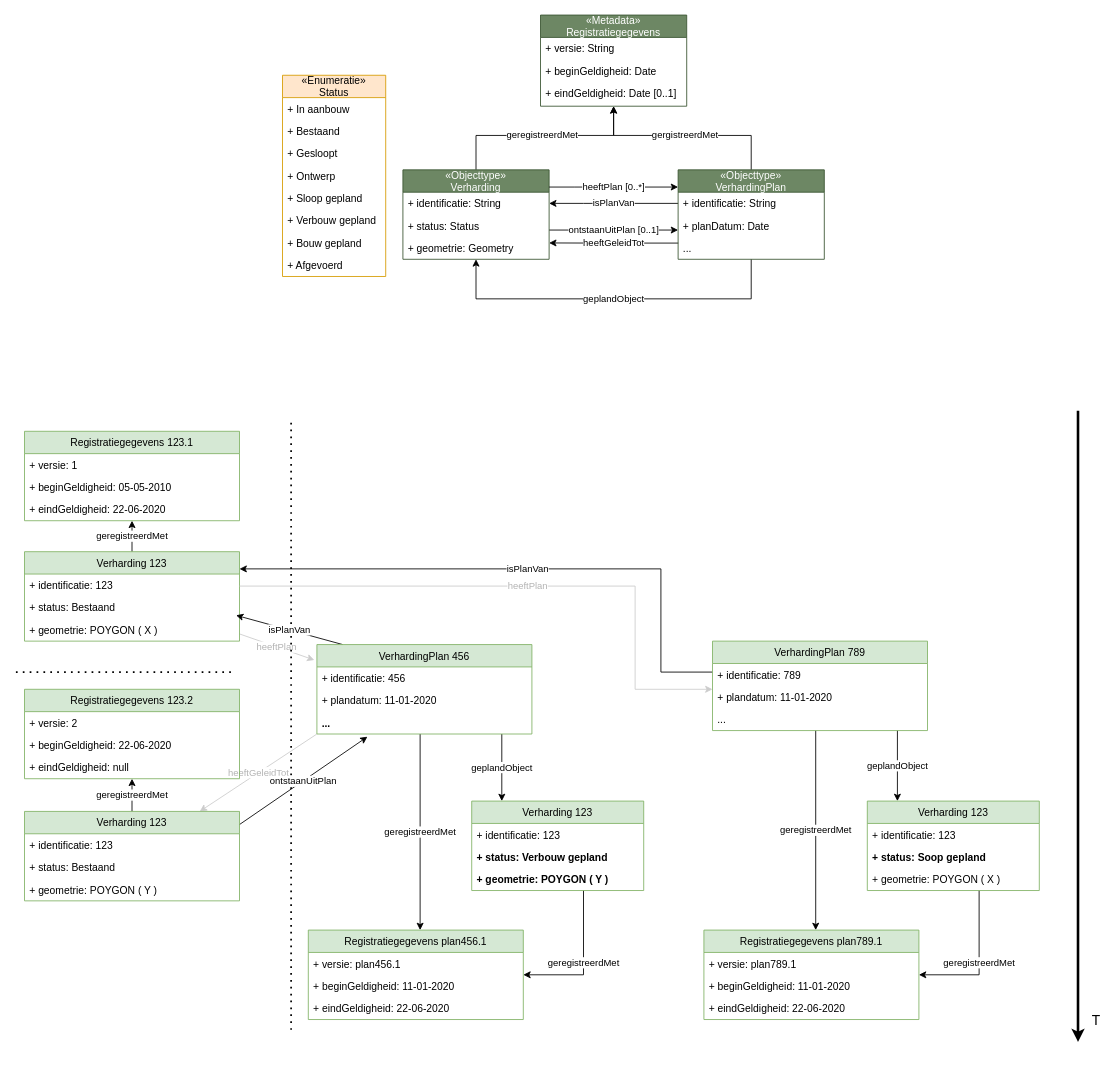
Earlier version of the draw.io diagram issues/15-levensfasen/uitwerkingen/3-plan-document-objecttype/3-a-plan-document-objecttype.drawio (Geonovum/disgeo-imsor). Source tidied: cells renumbered, new cells numbered last; positions are measured from the earlier drawing's top-left corner, leaving out a move shared by most shapes. Both pictures are drawn from the tidied source at 86%, with x=0, y=0 at pixel (15, 15).
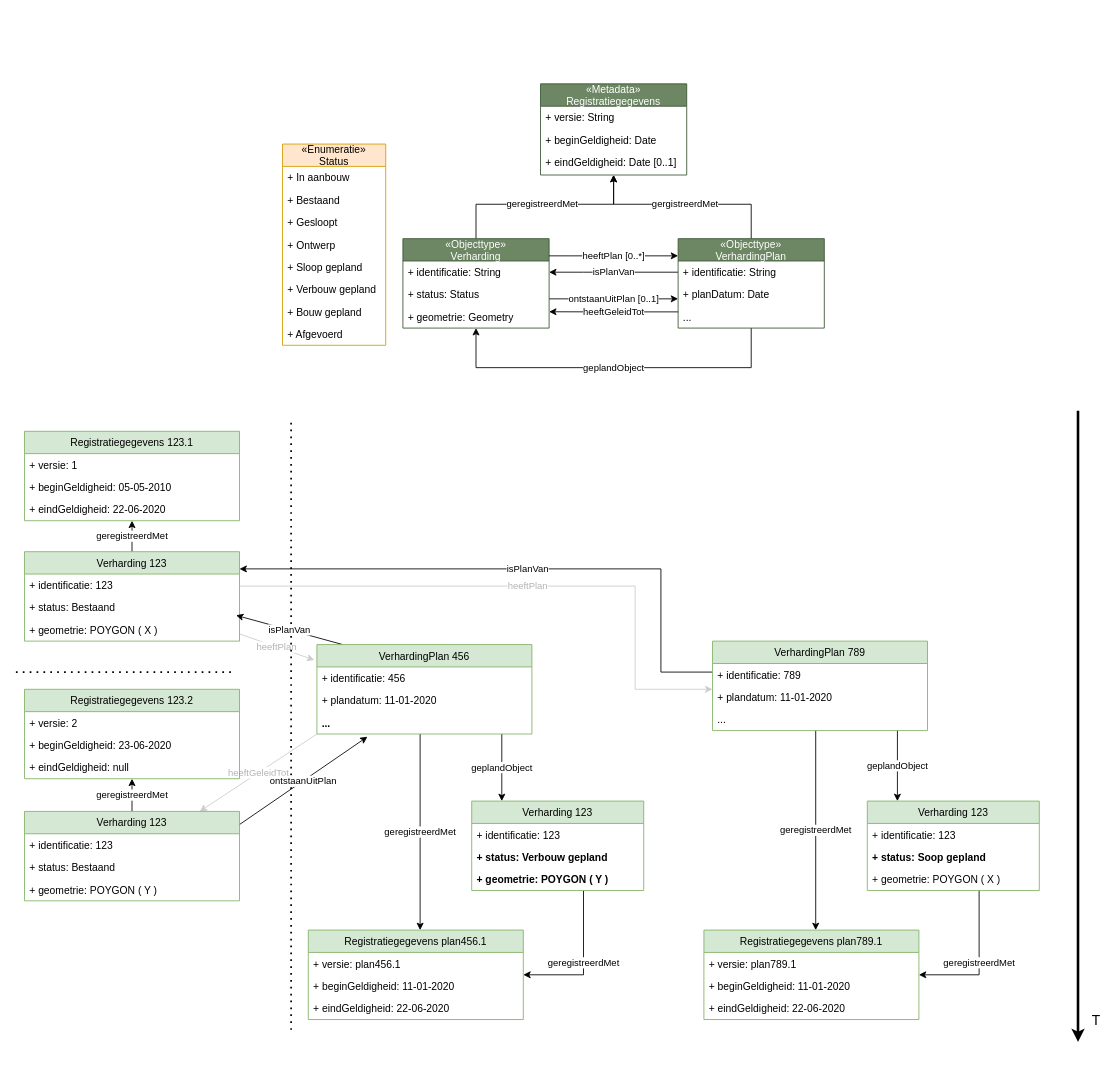
After the change.

The change refers to these unchanged cells:
```xml
<mxCell id="19" value="..." style="text;strokeColor=none;fillColor=none;align=left;verticalAlign=top;spacingLeft=4;spacingRight=4;overflow=hidden;points=[[0,0.5],[1,0.5]];portConstraint=eastwest;" parent="16" vertex="1">
  <mxGeometry y="78" width="170" height="26" as="geometry" />
</mxCell>
<mxCell id="58" value="Registratiegegevens 123.2" style="swimlane;fontStyle=0;horizontal=1;startSize=26;fillColor=#d5e8d4;strokeColor=#82b366;" parent="1" vertex="1">
  <mxGeometry x="10" y="784" width="250" height="104" as="geometry" />
</mxCell>
```

What changed in the source:
```diff
@@
-<mxGraphModel>
+<mxGraphModel background="#ffffff">
@@
     <mxCell id="2" value="geregistreerdMet" style="edgeStyle=orthogonalEdgeStyle;rounded=0;jettySize=auto;html=1;" parent="1" edge="1" source="4" target="8">
       <mxGeometry relative="1" as="geometry">
         <Array as="points">
-          <mxPoint x="535" y="140" />
-          <mxPoint x="695" y="140" />
+          <mxPoint x="535" y="220" />
+          <mxPoint x="695" y="220" />
         </Array>
       </mxGeometry>
     </mxCell>
     <mxCell id="3" value="ontstaanUitPlan [0..1]" style="rounded=0;jettySize=auto;html=1;strokeWidth=1;edgeStyle=elbowEdgeStyle;" parent="1" edge="1" source="4" target="16">
       <mxGeometry relative="1" as="geometry">
         <Array as="points">
-          <mxPoint x="710" y="250" />
+          <mxPoint x="710" y="330" />
         </Array>
       </mxGeometry>
     </mxCell>
     <mxCell id="4" value="«Objecttype»&#10;Verharding" style="swimlane;fontStyle=0;horizontal=1;startSize=26;fillColor=#6d8764;strokeColor=#3A5431;fontColor=#ffffff;" parent="1" vertex="1">
-      <mxGeometry x="450" y="180" width="170" height="104" as="geometry" />
+      <mxGeometry x="450" y="260" width="170" height="104" as="geometry" />
     </mxCell>
@@
     <mxCell id="8" value="«Metadata»&#10;Registratiegegevens" style="swimlane;fontStyle=0;horizontal=1;startSize=26;fillColor=#6d8764;strokeColor=#3A5431;fontColor=#ffffff;" parent="1" vertex="1">
-      <mxGeometry x="610" width="170" height="106" as="geometry" />
+      <mxGeometry x="610" y="80" width="170" height="106" as="geometry" />
     </mxCell>
@@
     <mxCell id="12" value="heeftGeleidTot" style="rounded=0;jettySize=auto;html=1;exitX=0.001;exitY=0.275;exitDx=0;exitDy=0;exitPerimeter=0;edgeStyle=elbowEdgeStyle;" parent="1" edge="1" source="19" target="4">
       <mxGeometry relative="1" as="geometry">
         <Array as="points">
-          <mxPoint x="680" y="265" />
+          <mxPoint x="680" y="345" />
         </Array>
       </mxGeometry>
     </mxCell>
     <mxCell id="13" value="isPlanVan" style="rounded=0;jettySize=auto;html=1;strokeWidth=1;edgeStyle=elbowEdgeStyle;" parent="1" edge="1" source="16" target="4">
       <mxGeometry relative="1" as="geometry">
         <Array as="points">
-          <mxPoint x="660" y="219" />
-          <mxPoint x="740" y="230" />
+          <mxPoint x="660" y="299" />
+          <mxPoint x="740" y="310" />
         </Array>
       </mxGeometry>
     </mxCell>
     <mxCell id="14" value="gergistreerdMet" style="edgeStyle=orthogonalEdgeStyle;rounded=0;jettySize=auto;html=1;" parent="1" edge="1" source="16" target="8">
       <mxGeometry relative="1" as="geometry">
         <Array as="points">
-          <mxPoint x="855" y="140" />
-          <mxPoint x="695" y="140" />
+          <mxPoint x="855" y="220" />
+          <mxPoint x="695" y="220" />
         </Array>
       </mxGeometry>
     </mxCell>
     <mxCell id="15" value="geplandObject" style="edgeStyle=orthogonalEdgeStyle;rounded=0;jettySize=auto;html=1;" parent="1" edge="1" source="16" target="4">
       <mxGeometry relative="1" as="geometry">
         <Array as="points">
-          <mxPoint x="855" y="330" />
-          <mxPoint x="535" y="330" />
+          <mxPoint x="855" y="410" />
+          <mxPoint x="535" y="410" />
         </Array>
       </mxGeometry>
     </mxCell>
     <mxCell id="16" value="«Objecttype»&#10;VerhardingPlan" style="swimlane;fontStyle=0;horizontal=1;startSize=26;fillColor=#6d8764;strokeColor=#3A5431;fontColor=#ffffff;" parent="1" vertex="1">
-      <mxGeometry x="770" y="180" width="170" height="104" as="geometry" />
+      <mxGeometry x="770" y="260" width="170" height="104" as="geometry" />
     </mxCell>
@@
     <mxCell id="20" value="«Enumeratie»&#10;Status" style="swimlane;fontStyle=0;horizontal=1;startSize=26;fillColor=#ffe6cc;strokeColor=#d79b00;" parent="1" vertex="1">
-      <mxGeometry x="310" y="70" width="120" height="234" as="geometry" />
+      <mxGeometry x="310" y="150" width="120" height="234" as="geometry" />
     </mxCell>
@@
     <mxCell id="29" value="heeftPlan [0..*]" style="rounded=0;jettySize=auto;html=1;strokeWidth=1;edgeStyle=elbowEdgeStyle;" parent="1" edge="1" source="4" target="16">
       <mxGeometry relative="1" as="geometry">
         <Array as="points">
-          <mxPoint x="650" y="200" />
+          <mxPoint x="650" y="280" />
         </Array>
       </mxGeometry>
     </mxCell>
@@
-    <mxCell id="60" value="+ beginGeldigheid: 22-06-2020" style="text;strokeColor=none;fillColor=none;align=left;verticalAlign=top;spacingLeft=4;spacingRight=4;overflow=hidden;" parent="58" vertex="1">
+    <mxCell id="60" value="+ beginGeldigheid: 23-06-2020" style="text;strokeColor=none;fillColor=none;align=left;verticalAlign=top;spacingLeft=4;spacingRight=4;overflow=hidden;" parent="58" vertex="1">
       <mxGeometry y="52" width="250" height="26" as="geometry" />
     </mxCell>
```
